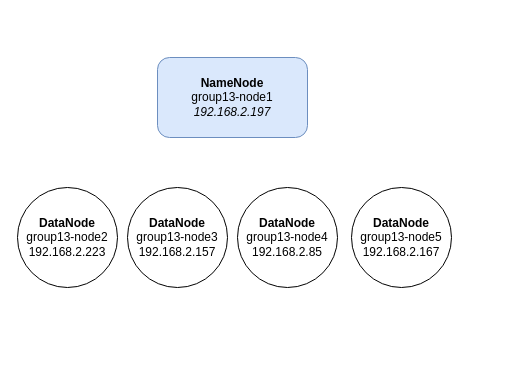
Earlier version of the draw.io diagram Untitled Diagram.drawio (brittaao/data-engineering-1-project). Source tidied: cells renumbered, new cells numbered last; positions are measured from the earlier drawing's top-left corner, leaving out a move shared by most shapes. Both pictures are drawn from the tidied source at 100%, with x=0, y=0 at pixel (17, 57).
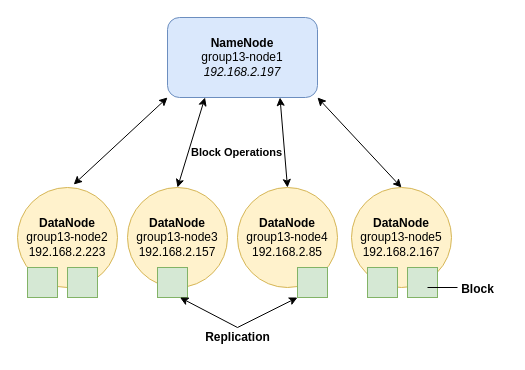
Above is the later version.

Commit message:
All data nodes in diagram

Diff of the diagram source:
```diff
@@
     <mxCell id="2" value="&lt;div&gt;&lt;b&gt;NameNode&lt;/b&gt;&lt;/div&gt;&lt;div&gt;group13-node1&lt;/div&gt;&lt;div&gt;&lt;i&gt;192.168.2.197&lt;/i&gt;&lt;/div&gt;" style="rounded=1;whiteSpace=wrap;html=1;fillColor=#dae8fc;strokeColor=#6c8ebf;" parent="1" vertex="1">
-      <mxGeometry x="140" width="150" height="80" as="geometry" />
+      <mxGeometry x="150" y="-40" width="150" height="80" as="geometry" />
     </mxCell>
-    <mxCell id="3" value="&lt;div&gt;&lt;b&gt;DataNode&lt;/b&gt;&lt;/div&gt;&lt;div&gt;group13-node2&lt;/div&gt;&lt;div&gt;192.168.2.223&lt;/div&gt;" style="ellipse;whiteSpace=wrap;html=1;" parent="1" vertex="1">
+    <mxCell id="3" value="&lt;div&gt;&lt;b&gt;DataNode&lt;/b&gt;&lt;/div&gt;&lt;div&gt;group13-node2&lt;/div&gt;&lt;div&gt;192.168.2.223&lt;/div&gt;" style="ellipse;whiteSpace=wrap;html=1;fillColor=#fff2cc;strokeColor=#d6b656;" parent="1" vertex="1">
       <mxGeometry y="130" width="100" height="100" as="geometry" />
     </mxCell>
-    <mxCell id="4" value="&lt;div&gt;&lt;b&gt;DataNode&lt;/b&gt;&lt;/div&gt;&lt;div&gt;group13-node3&lt;/div&gt;&lt;div&gt;192.168.2.157&lt;/div&gt;" style="ellipse;whiteSpace=wrap;html=1;" parent="1" vertex="1">
+    <mxCell id="4" value="&lt;div&gt;&lt;b&gt;DataNode&lt;/b&gt;&lt;/div&gt;&lt;div&gt;group13-node3&lt;/div&gt;&lt;div&gt;192.168.2.157&lt;/div&gt;" style="ellipse;whiteSpace=wrap;html=1;fillColor=#fff2cc;strokeColor=#d6b656;" parent="1" vertex="1">
       <mxGeometry x="110" y="130" width="100" height="100" as="geometry" />
     </mxCell>
-    <mxCell id="5" value="&lt;div&gt;&lt;b&gt;DataNode&lt;/b&gt;&lt;/div&gt;&lt;div&gt;group13-node4&lt;/div&gt;&lt;div&gt;192.168.2.85&lt;/div&gt;" style="ellipse;whiteSpace=wrap;html=1;" parent="1" vertex="1">
+    <mxCell id="5" value="&lt;div&gt;&lt;b&gt;DataNode&lt;/b&gt;&lt;/div&gt;&lt;div&gt;group13-node4&lt;/div&gt;&lt;div&gt;192.168.2.85&lt;/div&gt;" style="ellipse;whiteSpace=wrap;html=1;fillColor=#fff2cc;strokeColor=#d6b656;" parent="1" vertex="1">
       <mxGeometry x="220" y="130" width="100" height="100" as="geometry" />
     </mxCell>
-    <mxCell id="6" value="&lt;div&gt;&lt;b&gt;DataNode&lt;/b&gt;&lt;/div&gt;&lt;div&gt;group13-node5&lt;/div&gt;&lt;div&gt;192.168.2.167&lt;/div&gt;" style="ellipse;whiteSpace=wrap;html=1;" parent="1" vertex="1">
+    <mxCell id="6" value="&lt;div&gt;&lt;b&gt;DataNode&lt;/b&gt;&lt;/div&gt;&lt;div&gt;group13-node5&lt;/div&gt;&lt;div&gt;192.168.2.167&lt;/div&gt;" style="ellipse;whiteSpace=wrap;html=1;fillColor=#fff2cc;strokeColor=#d6b656;" parent="1" vertex="1">
       <mxGeometry x="334" y="130" width="100" height="100" as="geometry" />
     </mxCell>
+    <mxCell id="7" style="whiteSpace=wrap;html=1;fillColor=#d5e8d4;strokeColor=#82b366;" parent="1" vertex="1">
+      <mxGeometry x="390" y="210" width="30" height="30" as="geometry" />
+    </mxCell>
+    <mxCell id="8" style="whiteSpace=wrap;html=1;fillColor=#d5e8d4;strokeColor=#82b366;" parent="1" vertex="1">
+      <mxGeometry x="350" y="210" width="30" height="30" as="geometry" />
+    </mxCell>
+    <mxCell id="9" style="whiteSpace=wrap;html=1;fillColor=#d5e8d4;strokeColor=#82b366;" parent="1" vertex="1">
+      <mxGeometry x="50" y="210" width="30" height="30" as="geometry" />
+    </mxCell>
+    <mxCell id="10" style="whiteSpace=wrap;html=1;fillColor=#d5e8d4;strokeColor=#82b366;" parent="1" vertex="1">
+      <mxGeometry x="280" y="210" width="30" height="30" as="geometry" />
+    </mxCell>
+    <mxCell id="11" style="whiteSpace=wrap;html=1;fillColor=#d5e8d4;strokeColor=#82b366;" parent="1" vertex="1">
+      <mxGeometry x="10" y="210" width="30" height="30" as="geometry" />
+    </mxCell>
+    <mxCell id="12" style="whiteSpace=wrap;html=1;fillColor=#d5e8d4;strokeColor=#82b366;" parent="1" vertex="1">
+      <mxGeometry x="140" y="210" width="30" height="30" as="geometry" />
+    </mxCell>
+    <mxCell id="13" style="endArrow=classic;startArrow=classic;html=1;rounded=0;entryX=0;entryY=1;entryDx=0;entryDy=0;exitX=0.562;exitY=-0.03;exitDx=0;exitDy=0;exitPerimeter=0;" parent="1" edge="1" source="3" target="2">
+      <mxGeometry relative="1" as="geometry" />
+    </mxCell>
+    <mxCell id="14" style="endArrow=classic;startArrow=classic;html=1;rounded=0;entryX=0.25;entryY=1;entryDx=0;entryDy=0;exitX=0.5;exitY=0;exitDx=0;exitDy=0;" parent="1" edge="1" source="4" target="2">
+      <mxGeometry relative="1" as="geometry" />
+    </mxCell>
+    <mxCell id="15" style="endArrow=classic;startArrow=classic;html=1;rounded=0;entryX=0.75;entryY=1;entryDx=0;entryDy=0;exitX=0.5;exitY=0;exitDx=0;exitDy=0;" parent="1" edge="1" source="5" target="2">
+      <mxGeometry relative="1" as="geometry" />
+    </mxCell>
+    <mxCell id="16" style="endArrow=classic;startArrow=classic;html=1;rounded=0;entryX=1;entryY=1;entryDx=0;entryDy=0;exitX=0.5;exitY=0;exitDx=0;exitDy=0;" parent="1" edge="1" source="6" target="2">
+      <mxGeometry relative="1" as="geometry" />
+    </mxCell>
+    <mxCell id="17" style="endArrow=none;html=1;rounded=0;" parent="1" edge="1">
+      <mxGeometry relative="1" as="geometry">
+        <mxPoint x="410" y="230" as="sourcePoint" />
+        <mxPoint x="440" y="230" as="targetPoint" />
+      </mxGeometry>
+    </mxCell>
+    <mxCell id="18" value="&lt;b&gt;Block&lt;/b&gt;" style="text;html=1;align=center;verticalAlign=middle;strokeColor=none;fillColor=none;" parent="1" vertex="1">
+      <mxGeometry x="430" y="217" width="60" height="30" as="geometry" />
+    </mxCell>
+    <mxCell id="19" style="endArrow=classic;startArrow=classic;html=1;rounded=0;exitX=0.75;exitY=1;exitDx=0;exitDy=0;entryX=0;entryY=1;entryDx=0;entryDy=0;" parent="1" edge="1" source="12" target="10">
+      <mxGeometry relative="1" as="geometry">
+        <Array as="points">
+          <mxPoint x="220" y="270" />
+        </Array>
+      </mxGeometry>
+    </mxCell>
+    <mxCell id="20" value="&lt;b&gt;Replication&lt;/b&gt;" style="text;html=1;align=center;verticalAlign=middle;strokeColor=none;fillColor=none;" parent="1" vertex="1">
+      <mxGeometry x="175" y="265" width="90" height="30" as="geometry" />
+    </mxCell>
+    <mxCell id="21" value="&lt;b style=&quot;font-size: 11px;&quot;&gt;Block Operations&lt;/b&gt;" style="text;html=1;align=center;verticalAlign=middle;strokeColor=none;fillColor=none;fontSize=11;" parent="1" vertex="1">
+      <mxGeometry x="164" y="80" width="110" height="30" as="geometry" />
+    </mxCell>
```
